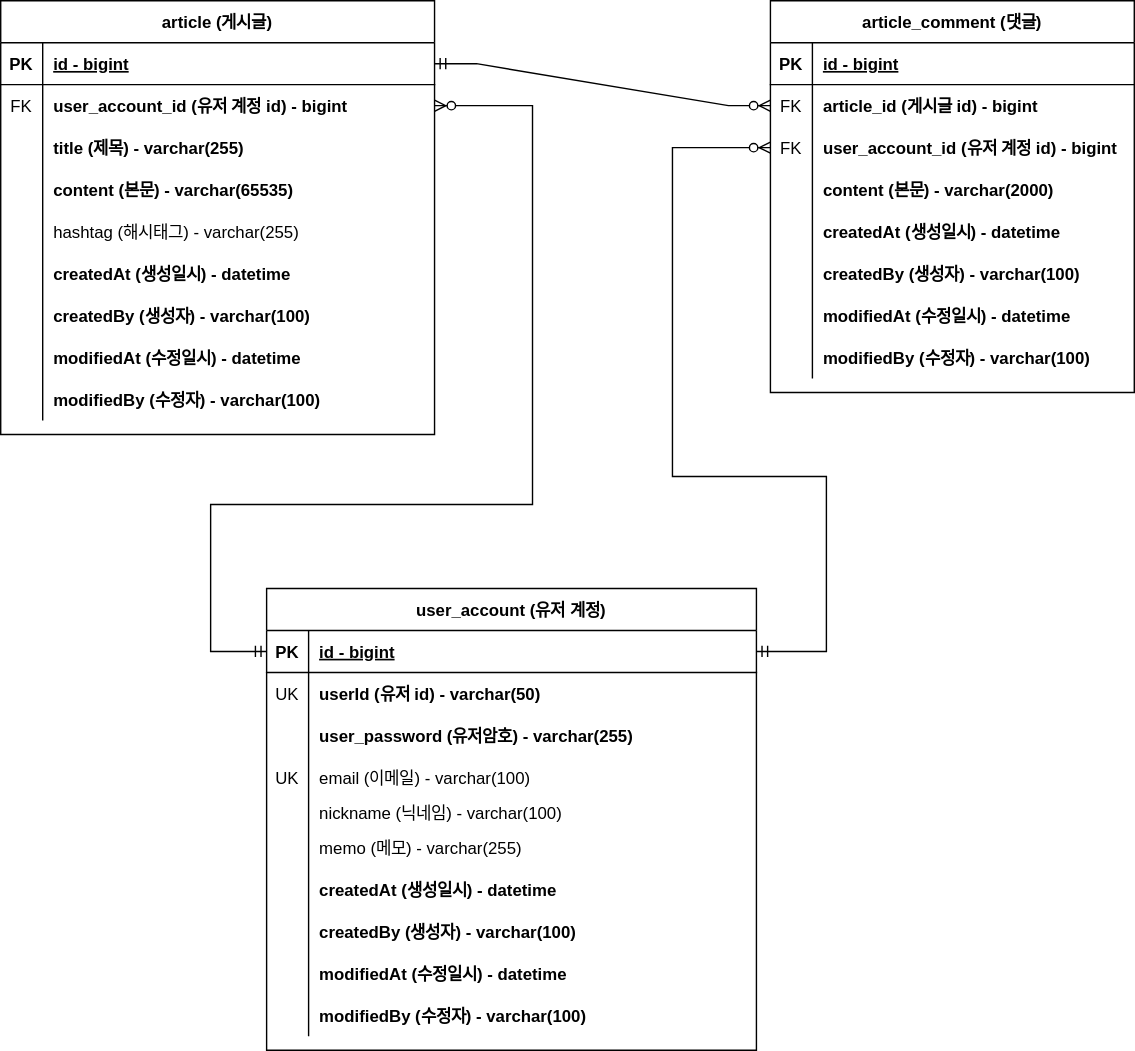
Earlier version of the draw.io export document/project-board-erd.svg (qwer7824/fastcampus-project-board). Source tidied: cells renumbered, new cells last; positions are measured from the earlier drawing's top-left corner, leaving out a move shared by most shapes.
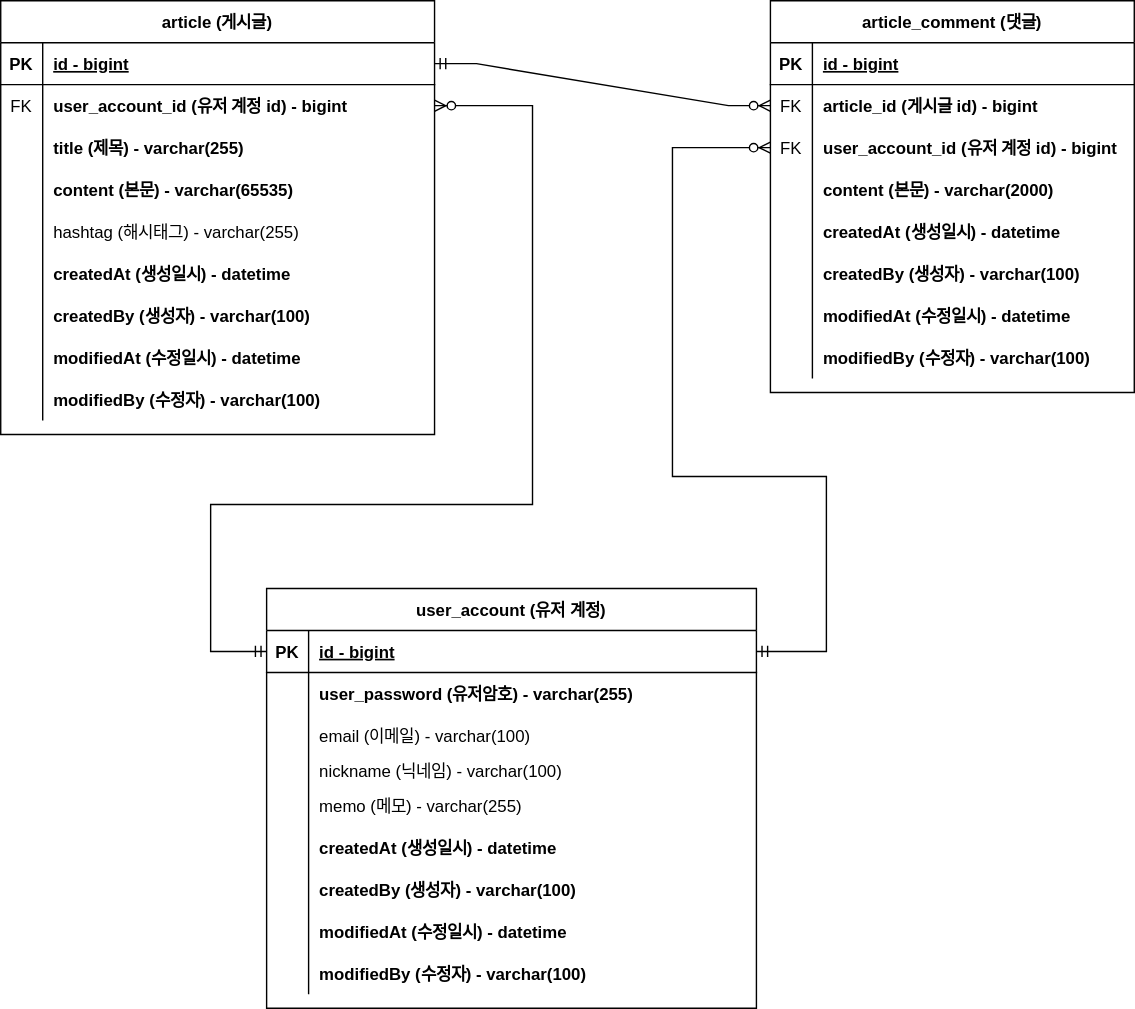
Above is the later version.

Commit message:
#37 - ERD 문서 수정: 회원 계정 user_id 를 PK 로 변경

Diff of the diagram source:
```diff
@@ -165,7 +165,7 @@
       <mxGeometry relative="1" as="geometry" />
     </mxCell>
     <mxCell id="56" value="user_account (유저 계정)" style="shape=table;startSize=30;rowLines=0;fontStyle=1;align=center;" parent="1" vertex="1">
-      <mxGeometry x="190" y="420" width="350" height="330" as="geometry" />
+      <mxGeometry x="190" y="420" width="350" height="300" as="geometry" />
     </mxCell>
     <mxCell id="57" style="shape=tableRow;horizontal=0;startSize=0;swimlaneHead=0;swimlaneBody=0;fillColor=none;points=[[0,0.5],[1,0.5]];portConstraint=eastwest;top=0;left=0;right=0;bottom=1;" parent="56" vertex="1">
       <mxGeometry y="30" width="350" height="30" as="geometry" />
@@ -176,17 +176,8 @@
     <mxCell id="59" value="id - bigint" style="shape=partialRectangle;fillColor=none;top=0;left=0;bottom=0;right=0;align=left;spacingLeft=6;fontStyle=5;overflow=hidden;" parent="57" vertex="1">
       <mxGeometry x="30" width="320" height="30" as="geometry" />
     </mxCell>
-    <mxCell id="60" style="shape=tableRow;horizontal=0;startSize=0;swimlaneHead=0;swimlaneBody=0;fillColor=none;top=0;left=0;right=0;bottom=0;" parent="56" vertex="1">
-      <mxGeometry y="60" width="350" height="30" as="geometry" />
-    </mxCell>
-    <mxCell id="61" value="UK" style="shape=partialRectangle;fillColor=none;top=0;left=0;bottom=0;right=0;overflow=hidden;" parent="60" vertex="1">
-      <mxGeometry width="30" height="30" as="geometry" />
-    </mxCell>
-    <mxCell id="62" value="userId (유저 id) - varchar(50)" style="shape=partialRectangle;fillColor=none;top=0;left=0;bottom=0;right=0;align=left;spacingLeft=6;overflow=hidden;fontStyle=1;" parent="60" vertex="1">
-      <mxGeometry x="30" width="320" height="30" as="geometry" />
-    </mxCell>
     <mxCell id="63" style="shape=tableRow;horizontal=0;startSize=0;swimlaneHead=0;swimlaneBody=0;fillColor=none;top=0;left=0;right=0;bottom=0;" parent="56" vertex="1">
-      <mxGeometry y="90" width="350" height="30" as="geometry" />
+      <mxGeometry y="60" width="350" height="30" as="geometry" />
     </mxCell>
     <mxCell id="64" style="shape=partialRectangle;fillColor=none;top=0;left=0;bottom=0;right=0;overflow=hidden;" parent="63" vertex="1">
       <mxGeometry width="30" height="30" as="geometry" />
@@ -195,16 +186,16 @@
       <mxGeometry x="30" width="320" height="30" as="geometry" />
     </mxCell>
     <mxCell id="66" style="shape=tableRow;horizontal=0;startSize=0;swimlaneHead=0;swimlaneBody=0;fillColor=none;top=0;left=0;right=0;bottom=0;" parent="56" vertex="1">
-      <mxGeometry y="120" width="350" height="30" as="geometry" />
+      <mxGeometry y="90" width="350" height="30" as="geometry" />
     </mxCell>
-    <mxCell id="67" value="UK" style="shape=partialRectangle;fillColor=none;top=0;left=0;bottom=0;right=0;overflow=hidden;" parent="66" vertex="1">
+    <mxCell id="67" style="shape=partialRectangle;fillColor=none;top=0;left=0;bottom=0;right=0;overflow=hidden;" parent="66" vertex="1">
       <mxGeometry width="30" height="30" as="geometry" />
     </mxCell>
     <mxCell id="68" value="email (이메일) - varchar(100)" style="shape=partialRectangle;fillColor=none;top=0;left=0;bottom=0;right=0;align=left;spacingLeft=6;overflow=hidden;" parent="66" vertex="1">
       <mxGeometry x="30" width="320" height="30" as="geometry" />
     </mxCell>
     <mxCell id="69" style="shape=tableRow;horizontal=0;startSize=0;swimlaneHead=0;swimlaneBody=0;fillColor=none;top=0;left=0;right=0;bottom=0;" parent="56" vertex="1">
-      <mxGeometry y="150" width="350" height="20" as="geometry" />
+      <mxGeometry y="120" width="350" height="20" as="geometry" />
     </mxCell>
     <mxCell id="70" style="shape=partialRectangle;fillColor=none;top=0;left=0;bottom=0;right=0;overflow=hidden;" parent="69" vertex="1">
       <mxGeometry width="30" height="20" as="geometry" />
@@ -213,7 +204,7 @@
       <mxGeometry x="30" width="320" height="20" as="geometry" />
     </mxCell>
     <mxCell id="72" style="shape=tableRow;horizontal=0;startSize=0;swimlaneHead=0;swimlaneBody=0;fillColor=none;top=0;left=0;right=0;bottom=0;" parent="56" vertex="1">
-      <mxGeometry y="170" width="350" height="30" as="geometry" />
+      <mxGeometry y="140" width="350" height="30" as="geometry" />
     </mxCell>
     <mxCell id="73" style="shape=partialRectangle;fillColor=none;top=0;left=0;bottom=0;right=0;overflow=hidden;" parent="72" vertex="1">
       <mxGeometry width="30" height="30" as="geometry" />
@@ -222,7 +213,7 @@
       <mxGeometry x="30" width="320" height="30" as="geometry" />
     </mxCell>
     <mxCell id="75" style="shape=tableRow;horizontal=0;startSize=0;swimlaneHead=0;swimlaneBody=0;fillColor=none;top=0;left=0;right=0;bottom=0;" parent="56" vertex="1">
-      <mxGeometry y="200" width="350" height="30" as="geometry" />
+      <mxGeometry y="170" width="350" height="30" as="geometry" />
     </mxCell>
     <mxCell id="76" style="shape=partialRectangle;fillColor=none;top=0;left=0;bottom=0;right=0;overflow=hidden;" parent="75" vertex="1">
       <mxGeometry width="30" height="30" as="geometry" />
@@ -231,7 +222,7 @@
       <mxGeometry x="30" width="320" height="30" as="geometry" />
     </mxCell>
     <mxCell id="78" style="shape=tableRow;horizontal=0;startSize=0;swimlaneHead=0;swimlaneBody=0;fillColor=none;top=0;left=0;right=0;bottom=0;" parent="56" vertex="1">
-      <mxGeometry y="230" width="350" height="30" as="geometry" />
+      <mxGeometry y="200" width="350" height="30" as="geometry" />
     </mxCell>
     <mxCell id="79" style="shape=partialRectangle;fillColor=none;top=0;left=0;bottom=0;right=0;overflow=hidden;" parent="78" vertex="1">
       <mxGeometry width="30" height="30" as="geometry" />
@@ -240,7 +231,7 @@
       <mxGeometry x="30" width="320" height="30" as="geometry" />
     </mxCell>
     <mxCell id="81" style="shape=tableRow;horizontal=0;startSize=0;swimlaneHead=0;swimlaneBody=0;fillColor=none;top=0;left=0;right=0;bottom=0;" parent="56" vertex="1">
-      <mxGeometry y="260" width="350" height="30" as="geometry" />
+      <mxGeometry y="230" width="350" height="30" as="geometry" />
     </mxCell>
     <mxCell id="82" style="shape=partialRectangle;fillColor=none;top=0;left=0;bottom=0;right=0;overflow=hidden;" parent="81" vertex="1">
       <mxGeometry width="30" height="30" as="geometry" />
@@ -249,7 +240,7 @@
       <mxGeometry x="30" width="320" height="30" as="geometry" />
     </mxCell>
     <mxCell id="84" style="shape=tableRow;horizontal=0;startSize=0;swimlaneHead=0;swimlaneBody=0;fillColor=none;top=0;left=0;right=0;bottom=0;" parent="56" vertex="1">
-      <mxGeometry y="290" width="350" height="30" as="geometry" />
+      <mxGeometry y="260" width="350" height="30" as="geometry" />
     </mxCell>
     <mxCell id="85" style="shape=partialRectangle;fillColor=none;top=0;left=0;bottom=0;right=0;overflow=hidden;" parent="84" vertex="1">
       <mxGeometry width="30" height="30" as="geometry" />
```
